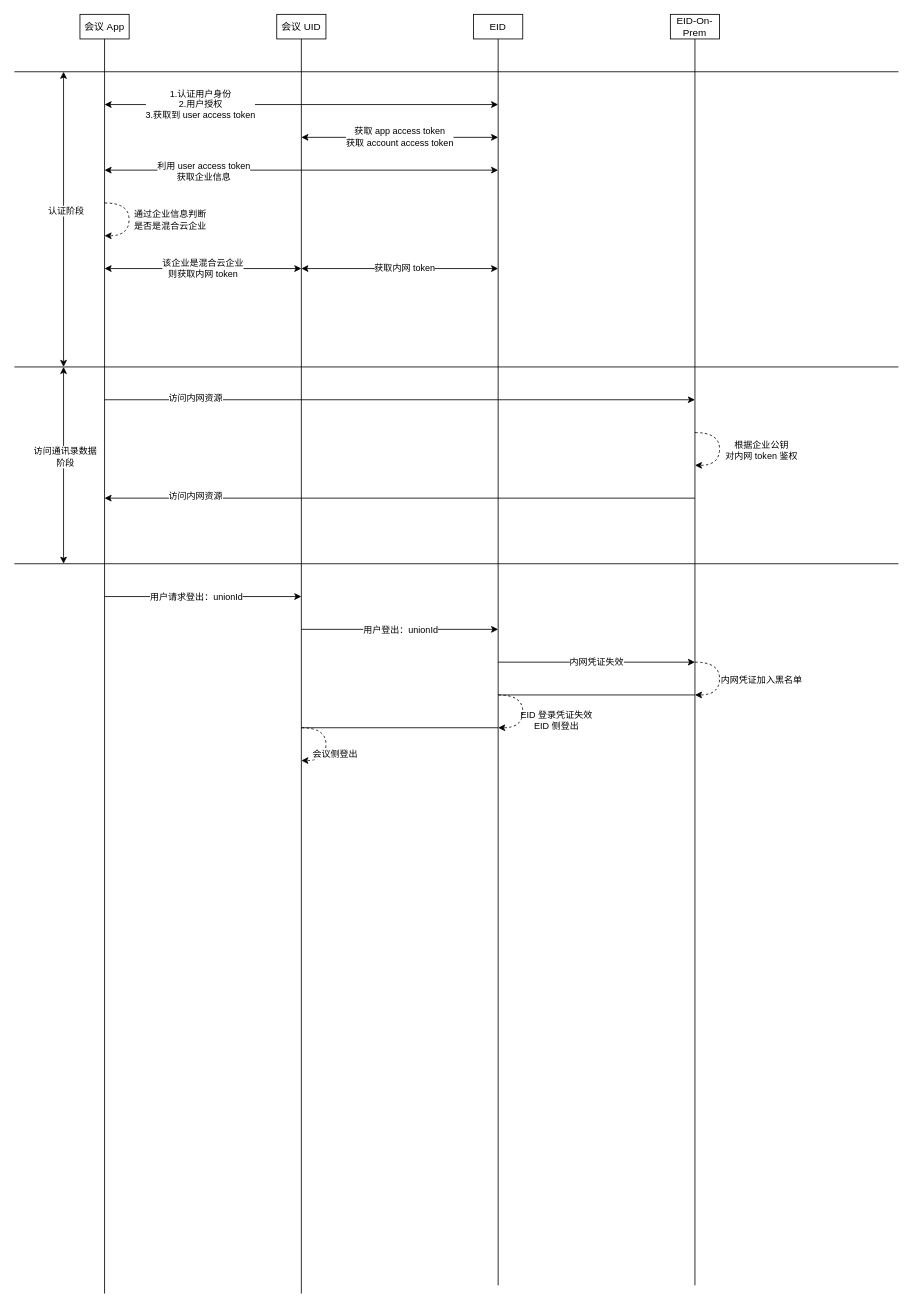
The draw.io diagram homework/src/main/resources/混合云认证数据流转.drawio in YufuMxl/geek_java_practise, before the edit. Source tidied: cells renumbered, new cells numbered last; positions are measured from the earlier drawing's top-left corner, leaving out a move shared by most shapes. Both pictures are drawn from the tidied source at 82%, with x=0, y=0 at pixel (14, 14).
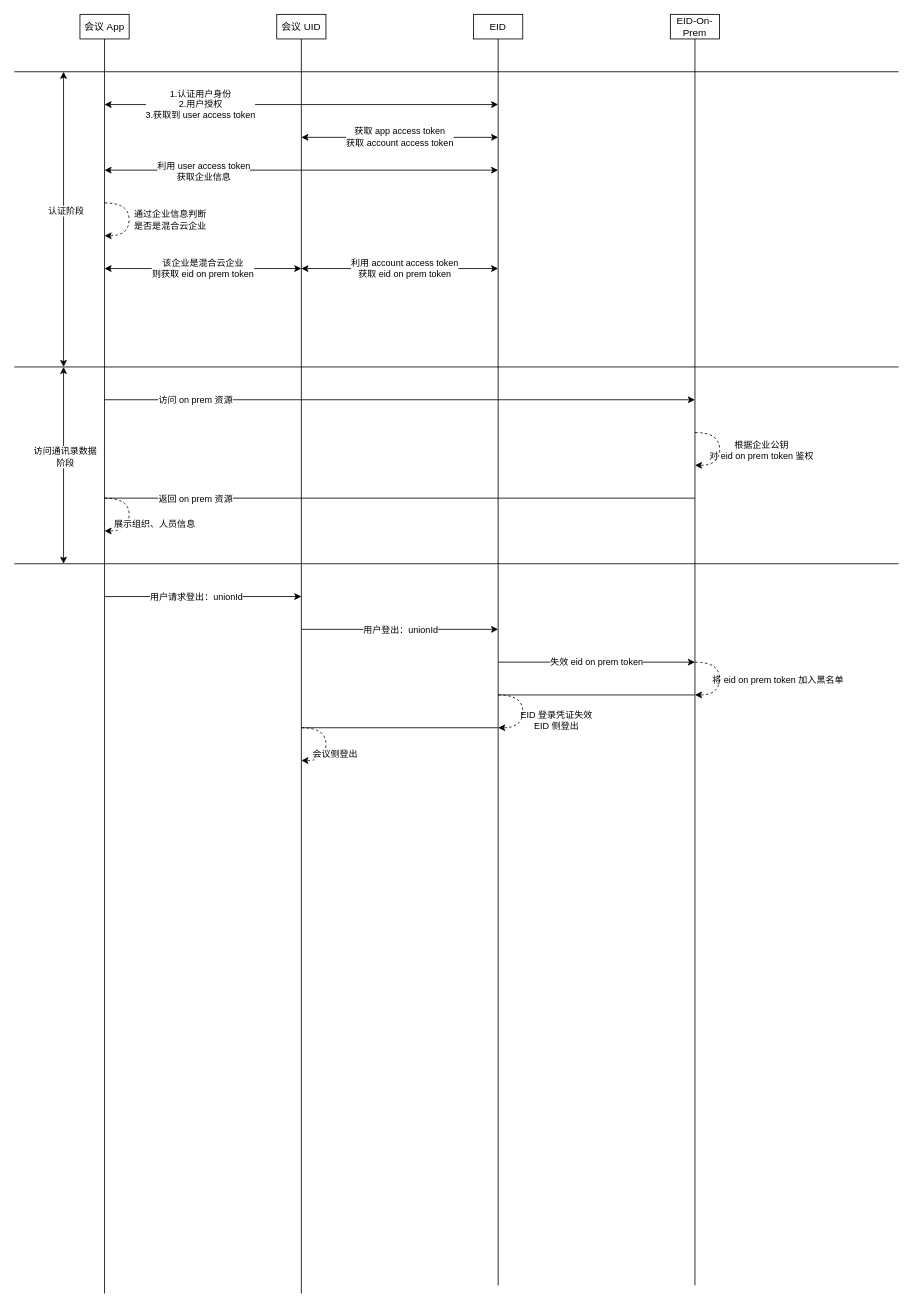
After the change.

Commit message (it also covers changes not shown here):
更新混合云认证数据流转.drawio

The change refers to these unchanged cells:
```xml
<mxCell id="12" style="endArrow=classic;html=1;rounded=0;startArrow=classic;startFill=1;" parent="1" edge="1">
  <mxGeometry relative="1" as="geometry">
    <mxPoint x="350" y="310" as="sourcePoint" />
    <mxPoint x="590" y="310" as="targetPoint" />
  </mxGeometry>
</mxCell>
<mxCell id="15" style="endArrow=classic;html=1;rounded=0;" parent="1" edge="1">
  <mxGeometry relative="1" as="geometry">
    <mxPoint x="110" y="470" as="sourcePoint" />
    <mxPoint x="830" y="470" as="targetPoint" />
  </mxGeometry>
</mxCell>
<mxCell id="36" style="endArrow=classic;html=1;rounded=0;dashed=1;edgeStyle=orthogonalEdgeStyle;curved=1;" parent="1" edge="1">
  <mxGeometry relative="1" as="geometry">
    <mxPoint x="830" y="510" as="sourcePoint" />
    <mxPoint x="830" y="550" as="targetPoint" />
    <Array as="points">
      <mxPoint x="860" y="510" />
      <mxPoint x="860" y="550" />
    </Array>
  </mxGeometry>
</mxCell>
<mxCell id="40" style="endArrow=classic;html=1;rounded=0;dashed=1;edgeStyle=orthogonalEdgeStyle;curved=1;" parent="1" edge="1">
  <mxGeometry relative="1" as="geometry">
    <mxPoint x="830" y="790" as="sourcePoint" />
    <mxPoint x="830" y="830" as="targetPoint" />
    <Array as="points">
      <mxPoint x="860" y="790" />
      <mxPoint x="860" y="830" />
    </Array>
  </mxGeometry>
</mxCell>
```

What changed in the source:
```diff
@@
-    <mxCell id="13" value="获取内网 token" style="edgeLabel;html=1;align=center;verticalAlign=middle;" parent="12" vertex="1">
+    <mxCell id="13" value="利用 account access token&lt;br&gt;&lt;div&gt;获取 eid on prem token&lt;/div&gt;" style="edgeLabel;html=1;align=center;verticalAlign=middle;" parent="12" vertex="1">
       <mxGeometry x="0.04" y="1" relative="1" as="geometry" />
     </mxCell>
@@
-    <mxCell id="16" value="&lt;div&gt;&lt;br&gt;&lt;/div&gt;&lt;div&gt;访问内网资源&lt;/div&gt;" style="edgeLabel;html=1;align=center;verticalAlign=middle;" parent="15" vertex="1">
+    <mxCell id="16" value="&lt;div&gt;访问 on prem 资源&lt;/div&gt;" style="edgeLabel;html=1;align=center;verticalAlign=middle;" parent="15" vertex="1">
       <mxGeometry x="-0.72" relative="1" as="geometry">
-        <mxPoint x="9" y="-10" as="offset" />
+        <mxPoint x="9" as="offset" />
       </mxGeometry>
     </mxCell>
@@
-    <mxCell id="23" value="内网凭证失效" style="endArrow=classic;html=1;rounded=0;" parent="1" edge="1">
+    <mxCell id="23" value="失效 eid on prem token" style="endArrow=classic;html=1;rounded=0;" parent="1" edge="1">
       <mxGeometry relative="1" as="geometry">
         <mxPoint x="590" y="790" as="sourcePoint" />
         <mxPoint x="830" y="790" as="targetPoint" />
       </mxGeometry>
     </mxCell>
@@
-    <mxCell id="33" value="&lt;div&gt;该企业是混合云企业&lt;br&gt;&lt;/div&gt;&lt;div&gt;则获取内网 token&lt;br&gt;&lt;/div&gt;" style="endArrow=classic;html=1;rounded=0;startArrow=classic;startFill=1;" parent="1" edge="1">
+    <mxCell id="33" value="&lt;div&gt;该企业是混合云企业&lt;br&gt;&lt;/div&gt;&lt;div&gt;则获取 eid on prem token&lt;br&gt;&lt;/div&gt;" style="endArrow=classic;html=1;rounded=0;startArrow=classic;startFill=1;" parent="1" edge="1">
       <mxGeometry relative="1" as="geometry">
         <mxPoint x="110" y="310" as="sourcePoint" />
         <mxPoint x="350" y="310" as="targetPoint" />
       </mxGeometry>
     </mxCell>
@@
-    <mxCell id="37" value="&lt;div&gt;根据企业公钥&lt;/div&gt;&lt;div&gt;对内网 token 鉴权&lt;/div&gt;" style="edgeLabel;html=1;align=center;verticalAlign=middle;labelBackgroundColor=none;" parent="36" vertex="1">
+    <mxCell id="37" value="&lt;div&gt;根据企业公钥&lt;/div&gt;&lt;div&gt;对 eid on prem token 鉴权&lt;/div&gt;" style="edgeLabel;html=1;align=center;verticalAlign=middle;labelBackgroundColor=none;" parent="36" vertex="1">
       <mxGeometry x="0.01" y="1" relative="1" as="geometry">
         <mxPoint x="49" as="offset" />
       </mxGeometry>
     </mxCell>
-    <mxCell id="38" style="endArrow=none;html=1;rounded=0;startArrow=classic;startFill=1;endFill=0;" parent="1" edge="1">
+    <mxCell id="38" style="endArrow=none;html=1;rounded=0;startArrow=none;startFill=0;endFill=0;" parent="1" edge="1">
       <mxGeometry relative="1" as="geometry">
         <mxPoint x="110" y="590" as="sourcePoint" />
         <mxPoint x="830" y="590" as="targetPoint" />
       </mxGeometry>
     </mxCell>
-    <mxCell id="39" value="&lt;div&gt;&lt;br&gt;&lt;/div&gt;&lt;div&gt;访问内网资源&lt;/div&gt;" style="edgeLabel;html=1;align=center;verticalAlign=middle;" parent="38" vertex="1">
+    <mxCell id="39" value="&lt;div&gt;返回 on prem 资源&lt;/div&gt;" style="edgeLabel;html=1;align=center;verticalAlign=middle;" parent="38" vertex="1">
       <mxGeometry x="-0.72" relative="1" as="geometry">
-        <mxPoint x="9" y="-10" as="offset" />
+        <mxPoint x="9" as="offset" />
       </mxGeometry>
     </mxCell>
@@
-    <mxCell id="41" value="内网凭证加入黑名单" style="edgeLabel;html=1;align=center;verticalAlign=middle;labelBackgroundColor=none;" parent="40" vertex="1">
+    <mxCell id="41" value="将 eid on prem token 加入黑名单" style="edgeLabel;html=1;align=center;verticalAlign=middle;labelBackgroundColor=none;" parent="40" vertex="1">
       <mxGeometry x="0.01" y="1" relative="1" as="geometry">
-        <mxPoint x="49" as="offset" />
+        <mxPoint x="69" as="offset" />
       </mxGeometry>
     </mxCell>
@@
+    <mxCell id="46" style="endArrow=classic;html=1;rounded=0;dashed=1;edgeStyle=orthogonalEdgeStyle;curved=1;" parent="1" edge="1">
+      <mxGeometry relative="1" as="geometry">
+        <mxPoint x="110" y="590" as="sourcePoint" />
+        <mxPoint x="110" y="630" as="targetPoint" />
+        <Array as="points">
+          <mxPoint x="140" y="590" />
+          <mxPoint x="140" y="630" />
+        </Array>
+      </mxGeometry>
+    </mxCell>
+    <mxCell id="47" value="展示组织、人员信息" style="edgeLabel;html=1;align=center;verticalAlign=middle;" parent="46" vertex="1">
+      <mxGeometry x="0.01" y="1" relative="1" as="geometry">
+        <mxPoint x="29" y="10" as="offset" />
+      </mxGeometry>
+    </mxCell>
```
